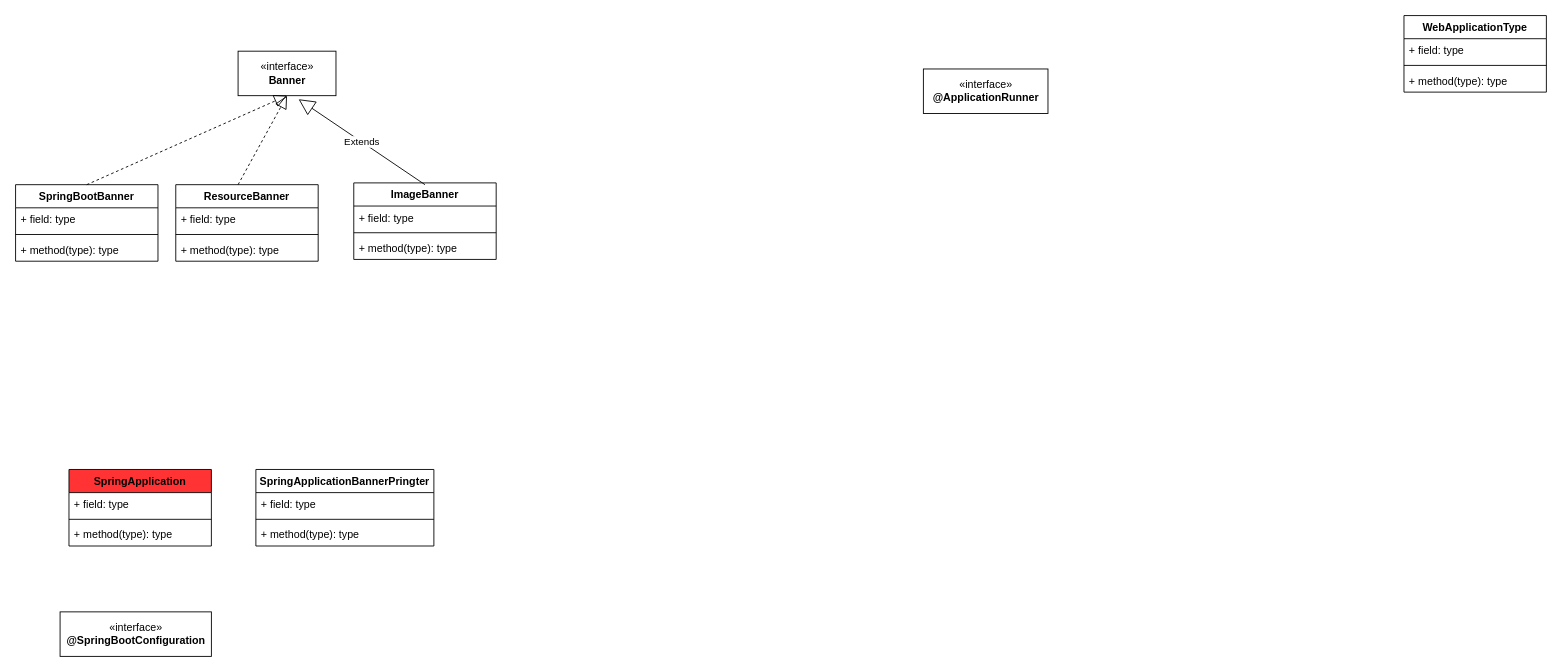
tadsimons/draw keeps this draw.io diagram as page "spring-boot" (1 of 7) of spring/spring-boot.drawio. Above is the earlier version. Source tidied: cells renumbered, new cells numbered last; positions are measured from the earlier drawing's top-left corner, leaving out a move shared by most shapes. Both pictures are drawn from the tidied source at 89%, with x=0, y=0 at pixel (15, 15).
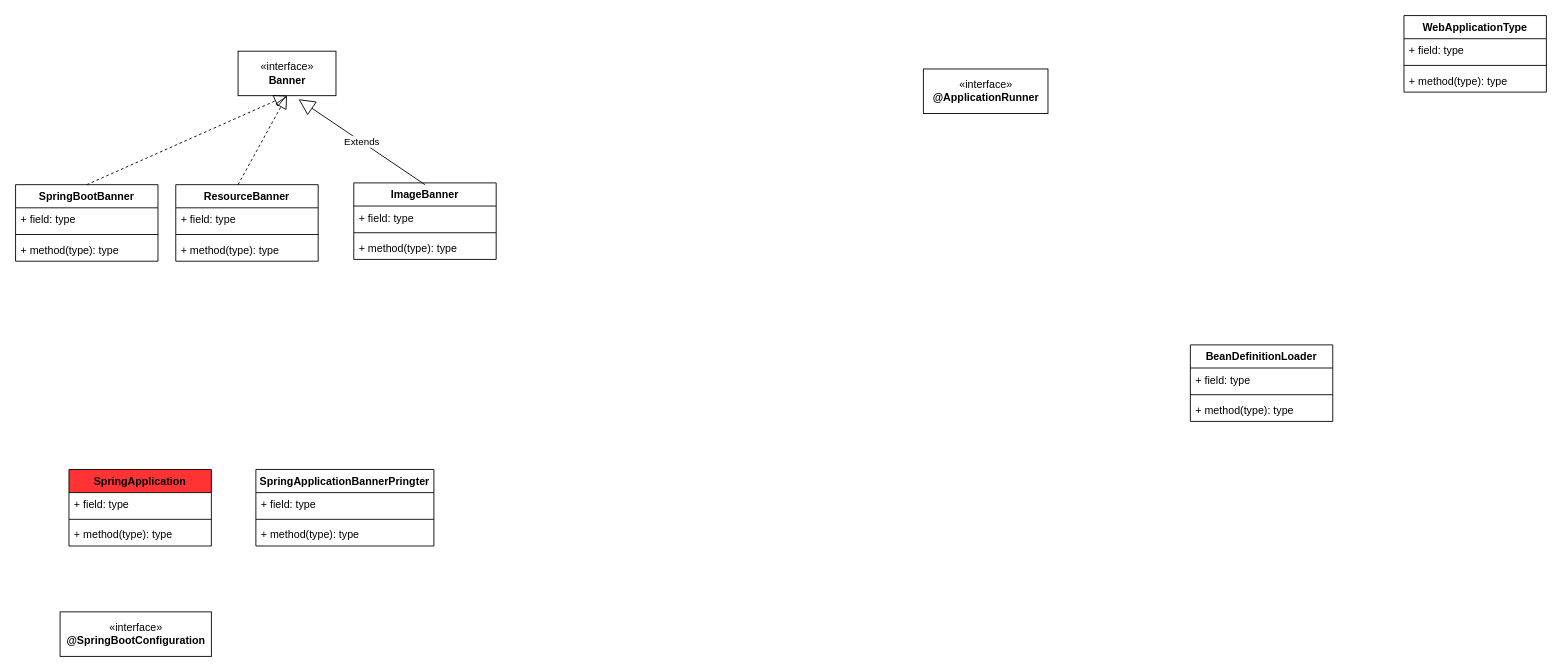
After the change.

The edit, as a diff of the source:
```diff
@@
+    <mxCell id="32" value="BeanDefinitionLoader" style="swimlane;fontStyle=1;align=center;verticalAlign=top;horizontal=1;startSize=26;" parent="1" vertex="1">
+      <mxGeometry x="1320" y="370" width="160" height="86" as="geometry" />
+    </mxCell>
+    <mxCell id="33" value="+ field: type" style="text;strokeColor=none;fillColor=none;align=left;verticalAlign=top;spacingLeft=4;spacingRight=4;overflow=hidden;" parent="32" vertex="1">
+      <mxGeometry y="26" width="160" height="26" as="geometry" />
+    </mxCell>
+    <mxCell id="34" style="line;strokeWidth=1;fillColor=none;align=left;verticalAlign=middle;spacingTop=-1;spacingLeft=3;spacingRight=3;labelPosition=right;" parent="32" vertex="1">
+      <mxGeometry y="52" width="160" height="8" as="geometry" />
+    </mxCell>
+    <mxCell id="35" value="+ method(type): type" style="text;strokeColor=none;fillColor=none;align=left;verticalAlign=top;spacingLeft=4;spacingRight=4;overflow=hidden;" parent="32" vertex="1">
+      <mxGeometry y="60" width="160" height="26" as="geometry" />
+    </mxCell>
```
